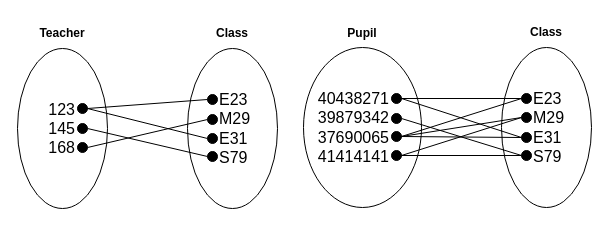
Above: page "EO TCP" (15 of 45) of higher/ddd/H-DDD-Clydeview/assets/Diagrams/H DDD Clydeview.drawio in MrFriendCS/MrFriendCS.github.io (draw.io), before the change. Source tidied: cells renumbered, new cells numbered last; positions are measured from the earlier drawing's top-left corner, leaving out a move shared by most shapes. Both pictures are drawn from the tidied source at 100%, with x=0, y=0 at pixel (17, 17).
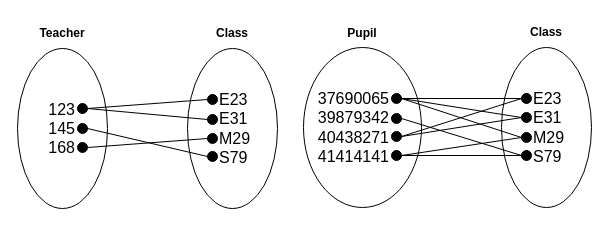
Above is the later version.

The edit, as a diff of the source:
```diff
@@
-    <mxCell id="2" style="ellipse;whiteSpace=wrap;html=1;fillColor=none;" parent="1" vertex="1">
-      <mxGeometry x="170" y="31" width="90" height="160" as="geometry" />
-    </mxCell>
-    <mxCell id="3" style="endArrow=none;html=1;rounded=0;entryX=1;entryY=0.5;entryDx=0;entryDy=0;exitX=0;exitY=0.5;exitDx=0;exitDy=0;" parent="1" edge="1" source="15" target="9">
-      <mxGeometry relative="1" as="geometry" />
-    </mxCell>
-    <mxCell id="4" style="endArrow=none;html=1;rounded=0;entryX=1;entryY=0.5;entryDx=0;entryDy=0;exitX=0;exitY=0.5;exitDx=0;exitDy=0;" parent="1" edge="1" source="18" target="9">
-      <mxGeometry relative="1" as="geometry" />
-    </mxCell>
-    <mxCell id="5" style="endArrow=none;html=1;rounded=0;entryX=1;entryY=0.5;entryDx=0;entryDy=0;exitX=0;exitY=0.5;exitDx=0;exitDy=0;" parent="1" edge="1" source="12" target="10">
-      <mxGeometry relative="1" as="geometry" />
-    </mxCell>
-    <mxCell id="6" style="endArrow=none;html=1;rounded=0;entryX=1;entryY=0.5;entryDx=0;entryDy=0;exitX=0;exitY=0.5;exitDx=0;exitDy=0;" parent="1" edge="1" source="16" target="11">
-      <mxGeometry relative="1" as="geometry" />
-    </mxCell>
+    <mxCell id="41" style="ellipse;whiteSpace=wrap;html=1;fillColor=none;" parent="1" vertex="1">
+      <mxGeometry x="170" y="31" width="90" height="160" as="geometry" />
+    </mxCell>
+    <mxCell id="42" style="endArrow=none;html=1;rounded=0;entryX=1;entryY=0.5;entryDx=0;entryDy=0;exitX=0;exitY=0.5;exitDx=0;exitDy=0;" parent="1" edge="1" source="52" target="47">
+      <mxGeometry relative="1" as="geometry" />
+    </mxCell>
+    <mxCell id="43" style="endArrow=none;html=1;rounded=0;entryX=1;entryY=0.5;entryDx=0;entryDy=0;exitX=0;exitY=0.5;exitDx=0;exitDy=0;" parent="1" edge="1" source="53" target="47">
+      <mxGeometry relative="1" as="geometry" />
+    </mxCell>
+    <mxCell id="44" style="endArrow=none;html=1;rounded=0;entryX=1;entryY=0.5;entryDx=0;entryDy=0;exitX=0;exitY=0.5;exitDx=0;exitDy=0;" parent="1" edge="1" source="50" target="48">
+      <mxGeometry relative="1" as="geometry" />
+    </mxCell>
+    <mxCell id="45" style="endArrow=none;html=1;rounded=0;entryX=1;entryY=0.5;entryDx=0;entryDy=0;exitX=0;exitY=0.5;exitDx=0;exitDy=0;" parent="1" edge="1" source="55" target="49">
+      <mxGeometry relative="1" as="geometry" />
+    </mxCell>
@@
-    <mxCell id="8" style="ellipse;whiteSpace=wrap;html=1;fillColor=none;" parent="1" vertex="1">
-      <mxGeometry y="31" width="90" height="160" as="geometry" />
-    </mxCell>
-    <mxCell id="9" style="ellipse;whiteSpace=wrap;html=1;fillColor=#000000;flipH=0;" parent="1" vertex="1">
-      <mxGeometry x="60" y="86" width="10" height="10" as="geometry" />
-    </mxCell>
-    <mxCell id="10" style="ellipse;whiteSpace=wrap;html=1;fillColor=#000000;flipH=0;" parent="1" vertex="1">
-      <mxGeometry x="60" y="106" width="10" height="10" as="geometry" />
-    </mxCell>
-    <mxCell id="11" style="ellipse;whiteSpace=wrap;html=1;fillColor=#000000;flipH=0;" parent="1" vertex="1">
-      <mxGeometry x="60" y="125" width="10" height="10" as="geometry" />
-    </mxCell>
-    <mxCell id="12" style="ellipse;whiteSpace=wrap;html=1;fillColor=#000000;flipH=0;" parent="1" vertex="1">
-      <mxGeometry x="190" y="134" width="10" height="10" as="geometry" />
-    </mxCell>
+    <mxCell id="46" style="ellipse;whiteSpace=wrap;html=1;fillColor=none;" parent="1" vertex="1">
+      <mxGeometry y="31" width="90" height="160" as="geometry" />
+    </mxCell>
+    <mxCell id="47" style="ellipse;whiteSpace=wrap;html=1;fillColor=#000000;flipH=0;" parent="1" vertex="1">
+      <mxGeometry x="60" y="86" width="10" height="10" as="geometry" />
+    </mxCell>
+    <mxCell id="48" style="ellipse;whiteSpace=wrap;html=1;fillColor=#000000;flipH=0;" parent="1" vertex="1">
+      <mxGeometry x="60" y="106" width="10" height="10" as="geometry" />
+    </mxCell>
+    <mxCell id="49" style="ellipse;whiteSpace=wrap;html=1;fillColor=#000000;flipH=0;" parent="1" vertex="1">
+      <mxGeometry x="60" y="125" width="10" height="10" as="geometry" />
+    </mxCell>
+    <mxCell id="50" style="ellipse;whiteSpace=wrap;html=1;fillColor=#000000;flipH=0;" parent="1" vertex="1">
+      <mxGeometry x="190" y="134" width="10" height="10" as="geometry" />
+    </mxCell>
@@
-    <mxCell id="14" value="&lt;b&gt;Class&lt;/b&gt;" style="text;html=1;align=center;verticalAlign=middle;whiteSpace=wrap;rounded=0;" parent="1" vertex="1">
-      <mxGeometry x="185" y="1" width="60" height="30" as="geometry" />
-    </mxCell>
-    <mxCell id="15" style="ellipse;whiteSpace=wrap;html=1;fillColor=#000000;" parent="1" vertex="1">
-      <mxGeometry x="190" y="77" width="10" height="10" as="geometry" />
-    </mxCell>
-    <mxCell id="16" style="ellipse;whiteSpace=wrap;html=1;fillColor=#000000;" parent="1" vertex="1">
-      <mxGeometry x="190" y="97" width="10" height="10" as="geometry" />
-    </mxCell>
-    <mxCell id="17" value="&lt;span style=&quot;font-size: 16px;&quot;&gt;E23&lt;/span&gt;&lt;div&gt;&lt;span style=&quot;font-size: 16px;&quot;&gt;M29&lt;/span&gt;&lt;/div&gt;&lt;div&gt;&lt;span style=&quot;font-size: 16px;&quot;&gt;E31&lt;/span&gt;&lt;/div&gt;&lt;div&gt;&lt;span style=&quot;font-size: 16px;&quot;&gt;S79&lt;/span&gt;&lt;/div&gt;" style="text;html=1;align=left;verticalAlign=middle;whiteSpace=wrap;rounded=0;" parent="1" vertex="1">
-      <mxGeometry x="200" y="71" width="46" height="80" as="geometry" />
-    </mxCell>
-    <mxCell id="18" style="ellipse;whiteSpace=wrap;html=1;fillColor=#000000;" parent="1" vertex="1">
-      <mxGeometry x="190" y="116" width="10" height="10" as="geometry" />
-    </mxCell>
-    <mxCell id="19" style="endArrow=none;html=1;rounded=0;entryX=1;entryY=0.5;entryDx=0;entryDy=0;exitX=0;exitY=0.5;exitDx=0;exitDy=0;" parent="1" edge="1" source="34" target="27">
-      <mxGeometry relative="1" as="geometry" />
-    </mxCell>
-    <mxCell id="20" style="endArrow=none;html=1;rounded=0;entryX=1;entryY=0.5;entryDx=0;entryDy=0;exitX=0;exitY=0.5;exitDx=0;exitDy=0;" parent="1" edge="1" source="31" target="27">
-      <mxGeometry relative="1" as="geometry" />
-    </mxCell>
-    <mxCell id="21" style="endArrow=none;html=1;rounded=0;exitX=0;exitY=0.5;exitDx=0;exitDy=0;entryX=1;entryY=0.5;entryDx=0;entryDy=0;" parent="1" edge="1" source="31" target="36">
-      <mxGeometry relative="1" as="geometry" />
-    </mxCell>
-    <mxCell id="22" style="endArrow=none;html=1;rounded=0;entryX=1;entryY=0.5;entryDx=0;entryDy=0;exitX=0;exitY=0.5;exitDx=0;exitDy=0;" parent="1" edge="1" source="35" target="26">
-      <mxGeometry relative="1" as="geometry" />
-    </mxCell>
-    <mxCell id="23" style="endArrow=none;html=1;rounded=0;entryX=1;entryY=0.5;entryDx=0;entryDy=0;exitX=0;exitY=0.5;exitDx=0;exitDy=0;" parent="1" edge="1" source="34" target="36">
-      <mxGeometry relative="1" as="geometry" />
-    </mxCell>
+    <mxCell id="51" value="&lt;b&gt;Class&lt;/b&gt;" style="text;html=1;align=center;verticalAlign=middle;whiteSpace=wrap;rounded=0;" parent="1" vertex="1">
+      <mxGeometry x="185" y="1" width="60" height="30" as="geometry" />
+    </mxCell>
+    <mxCell id="52" style="ellipse;whiteSpace=wrap;html=1;fillColor=#000000;" parent="1" vertex="1">
+      <mxGeometry x="190" y="77" width="10" height="10" as="geometry" />
+    </mxCell>
+    <mxCell id="53" style="ellipse;whiteSpace=wrap;html=1;fillColor=#000000;" parent="1" vertex="1">
+      <mxGeometry x="190" y="97" width="10" height="10" as="geometry" />
+    </mxCell>
+    <mxCell id="54" value="&lt;span style=&quot;font-size: 16px;&quot;&gt;E23&lt;/span&gt;&lt;div&gt;&lt;span style=&quot;font-size: 16px;&quot;&gt;E31&lt;/span&gt;&lt;/div&gt;&lt;div&gt;&lt;span style=&quot;font-size: 16px;&quot;&gt;M29&lt;/span&gt;&lt;span style=&quot;font-size: 16px;&quot;&gt;&lt;br&gt;&lt;/span&gt;&lt;/div&gt;&lt;div&gt;&lt;span style=&quot;font-size: 16px;&quot;&gt;S79&lt;/span&gt;&lt;/div&gt;" style="text;html=1;align=left;verticalAlign=middle;whiteSpace=wrap;rounded=0;" parent="1" vertex="1">
+      <mxGeometry x="200" y="71" width="46" height="80" as="geometry" />
+    </mxCell>
+    <mxCell id="55" style="ellipse;whiteSpace=wrap;html=1;fillColor=#000000;" parent="1" vertex="1">
+      <mxGeometry x="190" y="116" width="10" height="10" as="geometry" />
+    </mxCell>
+    <mxCell id="56" style="endArrow=none;html=1;rounded=0;entryX=1;entryY=0.5;entryDx=0;entryDy=0;exitX=0;exitY=0.5;exitDx=0;exitDy=0;" parent="1" edge="1" source="68" target="63">
+      <mxGeometry relative="1" as="geometry" />
+    </mxCell>
+    <mxCell id="57" style="endArrow=none;html=1;rounded=0;entryX=1;entryY=0.5;entryDx=0;entryDy=0;exitX=0;exitY=0.5;exitDx=0;exitDy=0;" parent="1" edge="1" source="67" target="63">
+      <mxGeometry relative="1" as="geometry" />
+    </mxCell>
+    <mxCell id="58" style="endArrow=none;html=1;rounded=0;exitX=0;exitY=0.5;exitDx=0;exitDy=0;entryX=1;entryY=0.5;entryDx=0;entryDy=0;" parent="1" edge="1" source="67" target="72">
+      <mxGeometry relative="1" as="geometry" />
+    </mxCell>
+    <mxCell id="59" style="endArrow=none;html=1;rounded=0;entryX=1;entryY=0.5;entryDx=0;entryDy=0;exitX=0;exitY=0.5;exitDx=0;exitDy=0;" parent="1" edge="1" source="71" target="62">
+      <mxGeometry relative="1" as="geometry" />
+    </mxCell>
+    <mxCell id="60" style="endArrow=none;html=1;rounded=0;entryX=1;entryY=0.5;entryDx=0;entryDy=0;exitX=0;exitY=0.5;exitDx=0;exitDy=0;" parent="1" edge="1" source="70" target="72">
+      <mxGeometry relative="1" as="geometry" />
+    </mxCell>
@@
-    <mxCell id="25" style="ellipse;whiteSpace=wrap;html=1;fillColor=none;" parent="1" vertex="1">
-      <mxGeometry x="286" y="30" width="118" height="160" as="geometry" />
-    </mxCell>
-    <mxCell id="26" style="ellipse;whiteSpace=wrap;html=1;fillColor=#000000;flipH=0;" parent="1" vertex="1">
-      <mxGeometry x="374" y="96" width="10" height="10" as="geometry" />
-    </mxCell>
-    <mxCell id="27" style="ellipse;whiteSpace=wrap;html=1;fillColor=#000000;flipH=0;" parent="1" vertex="1">
-      <mxGeometry x="374" y="114" width="10" height="10" as="geometry" />
-    </mxCell>
-    <mxCell id="28" value="&lt;div&gt;&lt;span style=&quot;font-size:12.0pt;font-family:&amp;quot;Arial&amp;quot;,sans-serif;&lt;br/&gt;mso-fareast-font-family:Calibri;mso-fareast-theme-font:minor-latin;mso-ansi-language:&lt;br/&gt;EN-GB;mso-fareast-language:EN-US;mso-bidi-language:AR-SA&quot;&gt;40438271&lt;/span&gt;&lt;br&gt;&lt;/div&gt;&lt;div&gt;&lt;span style=&quot;font-size:12.0pt;font-family:&amp;quot;Arial&amp;quot;,sans-serif;&lt;br/&gt;mso-fareast-font-family:Calibri;mso-fareast-theme-font:minor-latin;mso-ansi-language:&lt;br/&gt;EN-GB;mso-fareast-language:EN-US;mso-bidi-language:AR-SA&quot;&gt;39879342&lt;/span&gt;&lt;span style=&quot;font-size:12.0pt;font-family:&amp;quot;Arial&amp;quot;,sans-serif;&lt;br/&gt;mso-fareast-font-family:Calibri;mso-fareast-theme-font:minor-latin;mso-ansi-language:&lt;br/&gt;EN-GB;mso-fareast-language:EN-US;mso-bidi-language:AR-SA&quot;&gt;&lt;br&gt;&lt;/span&gt;&lt;/div&gt;&lt;div&gt;&lt;span style=&quot;font-size:12.0pt;font-family:&amp;quot;Arial&amp;quot;,sans-serif;&lt;br/&gt;mso-fareast-font-family:Calibri;mso-fareast-theme-font:minor-latin;mso-ansi-language:&lt;br/&gt;EN-GB;mso-fareast-language:EN-US;mso-bidi-language:AR-SA&quot;&gt;37690065&lt;/span&gt;&lt;span style=&quot;font-size:12.0pt;font-family:&amp;quot;Arial&amp;quot;,sans-serif;&lt;br/&gt;mso-fareast-font-family:Calibri;mso-fareast-theme-font:minor-latin;mso-ansi-language:&lt;br/&gt;EN-GB;mso-fareast-language:EN-US;mso-bidi-language:AR-SA&quot;&gt;&lt;br&gt;&lt;/span&gt;&lt;/div&gt;&lt;div&gt;&lt;span style=&quot;font-size:12.0pt;font-family:&amp;quot;Arial&amp;quot;,sans-serif;&lt;br/&gt;mso-fareast-font-family:Calibri;mso-fareast-theme-font:minor-latin;mso-ansi-language:&lt;br/&gt;EN-GB;mso-fareast-language:EN-US;mso-bidi-language:AR-SA&quot;&gt;41414141&lt;/span&gt;&lt;span style=&quot;font-size:12.0pt;font-family:&amp;quot;Arial&amp;quot;,sans-serif;&lt;br/&gt;mso-fareast-font-family:Calibri;mso-fareast-theme-font:minor-latin;mso-ansi-language:&lt;br/&gt;EN-GB;mso-fareast-language:EN-US;mso-bidi-language:AR-SA&quot;&gt;&lt;br&gt;&lt;/span&gt;&lt;/div&gt;" style="text;html=1;align=right;verticalAlign=middle;whiteSpace=wrap;rounded=0;flipH=0;" parent="1" vertex="1">
-      <mxGeometry x="326" y="70" width="48" height="79" as="geometry" />
-    </mxCell>
-    <mxCell id="29" style="ellipse;whiteSpace=wrap;html=1;fillColor=none;" parent="1" vertex="1">
-      <mxGeometry x="484" y="30" width="90" height="160" as="geometry" />
-    </mxCell>
-    <mxCell id="30" value="&lt;b&gt;Class&lt;/b&gt;" style="text;html=1;align=center;verticalAlign=middle;whiteSpace=wrap;rounded=0;" parent="1" vertex="1">
-      <mxGeometry x="499" width="60" height="30" as="geometry" />
-    </mxCell>
-    <mxCell id="31" style="ellipse;whiteSpace=wrap;html=1;fillColor=#000000;" parent="1" vertex="1">
-      <mxGeometry x="504" y="76" width="10" height="10" as="geometry" />
-    </mxCell>
-    <mxCell id="32" style="ellipse;whiteSpace=wrap;html=1;fillColor=#000000;" parent="1" vertex="1">
-      <mxGeometry x="504" y="95" width="10" height="10" as="geometry" />
-    </mxCell>
-    <mxCell id="33" value="&lt;div style=&quot;&quot;&gt;&lt;span style=&quot;font-size: 16px;&quot;&gt;E23&lt;/span&gt;&lt;div&gt;&lt;span style=&quot;font-size: 16px;&quot;&gt;M29&lt;/span&gt;&lt;/div&gt;&lt;div&gt;&lt;span style=&quot;font-size: 16px;&quot;&gt;E31&lt;/span&gt;&lt;/div&gt;&lt;div&gt;&lt;span style=&quot;font-size: 16px;&quot;&gt;S79&lt;/span&gt;&lt;/div&gt;&lt;/div&gt;" style="text;html=1;align=left;verticalAlign=middle;whiteSpace=wrap;rounded=0;" parent="1" vertex="1">
-      <mxGeometry x="514" y="70" width="42" height="80" as="geometry" />
-    </mxCell>
-    <mxCell id="34" style="ellipse;whiteSpace=wrap;html=1;fillColor=#000000;" parent="1" vertex="1">
-      <mxGeometry x="504" y="115" width="10" height="10" as="geometry" />
-    </mxCell>
-    <mxCell id="35" style="ellipse;whiteSpace=wrap;html=1;fillColor=#000000;" parent="1" vertex="1">
-      <mxGeometry x="504" y="133" width="10" height="10" as="geometry" />
-    </mxCell>
-    <mxCell id="36" style="ellipse;whiteSpace=wrap;html=1;fillColor=#000000;flipH=0;" parent="1" vertex="1">
-      <mxGeometry x="374" y="76" width="10" height="10" as="geometry" />
-    </mxCell>
-    <mxCell id="37" style="ellipse;whiteSpace=wrap;html=1;fillColor=#000000;flipH=0;" parent="1" vertex="1">
-      <mxGeometry x="374" y="133" width="10" height="10" as="geometry" />
-    </mxCell>
-    <mxCell id="38" style="endArrow=none;html=1;rounded=0;entryX=1;entryY=0.5;entryDx=0;entryDy=0;exitX=0;exitY=0.5;exitDx=0;exitDy=0;" parent="1" edge="1" source="32" target="37">
-      <mxGeometry relative="1" as="geometry" />
-    </mxCell>
-    <mxCell id="39" style="endArrow=none;html=1;rounded=0;entryX=1;entryY=0.5;entryDx=0;entryDy=0;exitX=0;exitY=0.5;exitDx=0;exitDy=0;" parent="1" edge="1" source="35" target="37">
-      <mxGeometry relative="1" as="geometry" />
-    </mxCell>
-    <mxCell id="40" style="endArrow=none;html=1;rounded=0;entryX=1;entryY=0.5;entryDx=0;entryDy=0;exitX=0;exitY=0.5;exitDx=0;exitDy=0;" parent="1" edge="1" source="32" target="27">
-      <mxGeometry relative="1" as="geometry" />
-    </mxCell>
+    <mxCell id="61" style="ellipse;whiteSpace=wrap;html=1;fillColor=none;" parent="1" vertex="1">
+      <mxGeometry x="286" y="30" width="118" height="160" as="geometry" />
+    </mxCell>
+    <mxCell id="62" style="ellipse;whiteSpace=wrap;html=1;fillColor=#000000;flipH=0;" parent="1" vertex="1">
+      <mxGeometry x="374" y="96" width="10" height="10" as="geometry" />
+    </mxCell>
+    <mxCell id="63" style="ellipse;whiteSpace=wrap;html=1;fillColor=#000000;flipH=0;" parent="1" vertex="1">
+      <mxGeometry x="374" y="114" width="10" height="10" as="geometry" />
+    </mxCell>
+    <mxCell id="64" value="&lt;div&gt;&lt;span style=&quot;font-family: Arial, sans-serif; font-size: 12pt; background-color: initial;&quot;&gt;37690065&lt;/span&gt;&lt;br&gt;&lt;/div&gt;&lt;div&gt;&lt;span style=&quot;font-family: Arial, sans-serif; font-size: 16px; background-color: initial;&quot;&gt;39879342&lt;/span&gt;&lt;/div&gt;&lt;div&gt;&lt;span style=&quot;font-family: Arial, sans-serif; font-size: 16px; background-color: initial;&quot;&gt;40438271&lt;/span&gt;&lt;/div&gt;&lt;div&gt;&lt;span style=&quot;font-size:12.0pt;font-family:&amp;quot;Arial&amp;quot;,sans-serif;&lt;br/&gt;mso-fareast-font-family:Calibri;mso-fareast-theme-font:minor-latin;mso-ansi-language:&lt;br/&gt;EN-GB;mso-fareast-language:EN-US;mso-bidi-language:AR-SA&quot;&gt;41414141&lt;/span&gt;&lt;span style=&quot;font-size:12.0pt;font-family:&amp;quot;Arial&amp;quot;,sans-serif;&lt;br/&gt;mso-fareast-font-family:Calibri;mso-fareast-theme-font:minor-latin;mso-ansi-language:&lt;br/&gt;EN-GB;mso-fareast-language:EN-US;mso-bidi-language:AR-SA&quot;&gt;&lt;br&gt;&lt;/span&gt;&lt;/div&gt;" style="text;html=1;align=right;verticalAlign=middle;whiteSpace=wrap;rounded=0;flipH=0;" parent="1" vertex="1">
+      <mxGeometry x="296" y="70" width="78" height="79" as="geometry" />
+    </mxCell>
+    <mxCell id="65" style="ellipse;whiteSpace=wrap;html=1;fillColor=none;" parent="1" vertex="1">
+      <mxGeometry x="484" y="30" width="90" height="160" as="geometry" />
+    </mxCell>
+    <mxCell id="66" value="&lt;b&gt;Class&lt;/b&gt;" style="text;html=1;align=center;verticalAlign=middle;whiteSpace=wrap;rounded=0;" parent="1" vertex="1">
+      <mxGeometry x="499" width="60" height="30" as="geometry" />
+    </mxCell>
+    <mxCell id="67" style="ellipse;whiteSpace=wrap;html=1;fillColor=#000000;" parent="1" vertex="1">
+      <mxGeometry x="504" y="76" width="10" height="10" as="geometry" />
+    </mxCell>
+    <mxCell id="68" style="ellipse;whiteSpace=wrap;html=1;fillColor=#000000;" parent="1" vertex="1">
+      <mxGeometry x="504" y="95" width="10" height="10" as="geometry" />
+    </mxCell>
+    <mxCell id="69" value="&lt;div style=&quot;&quot;&gt;&lt;span style=&quot;font-size: 16px;&quot;&gt;E23&lt;/span&gt;&lt;div&gt;&lt;span style=&quot;font-size: 16px;&quot;&gt;E31&lt;/span&gt;&lt;/div&gt;&lt;div&gt;&lt;span style=&quot;font-size: 16px;&quot;&gt;M29&lt;/span&gt;&lt;span style=&quot;font-size: 16px;&quot;&gt;&lt;br&gt;&lt;/span&gt;&lt;/div&gt;&lt;div&gt;&lt;span style=&quot;font-size: 16px;&quot;&gt;S79&lt;/span&gt;&lt;/div&gt;&lt;/div&gt;" style="text;html=1;align=left;verticalAlign=middle;whiteSpace=wrap;rounded=0;" parent="1" vertex="1">
+      <mxGeometry x="514" y="70" width="42" height="80" as="geometry" />
+    </mxCell>
+    <mxCell id="70" style="ellipse;whiteSpace=wrap;html=1;fillColor=#000000;" parent="1" vertex="1">
+      <mxGeometry x="504" y="115" width="10" height="10" as="geometry" />
+    </mxCell>
+    <mxCell id="71" style="ellipse;whiteSpace=wrap;html=1;fillColor=#000000;" parent="1" vertex="1">
+      <mxGeometry x="504" y="133" width="10" height="10" as="geometry" />
+    </mxCell>
+    <mxCell id="72" style="ellipse;whiteSpace=wrap;html=1;fillColor=#000000;flipH=0;" parent="1" vertex="1">
+      <mxGeometry x="374" y="76" width="10" height="10" as="geometry" />
+    </mxCell>
+    <mxCell id="73" style="ellipse;whiteSpace=wrap;html=1;fillColor=#000000;flipH=0;" parent="1" vertex="1">
+      <mxGeometry x="374" y="133" width="10" height="10" as="geometry" />
+    </mxCell>
+    <mxCell id="74" style="endArrow=none;html=1;rounded=0;entryX=1;entryY=0.5;entryDx=0;entryDy=0;exitX=0;exitY=0.5;exitDx=0;exitDy=0;" parent="1" edge="1" source="70" target="73">
+      <mxGeometry relative="1" as="geometry" />
+    </mxCell>
+    <mxCell id="75" style="endArrow=none;html=1;rounded=0;entryX=1;entryY=0.5;entryDx=0;entryDy=0;exitX=0;exitY=0.5;exitDx=0;exitDy=0;" parent="1" edge="1" source="71" target="73">
+      <mxGeometry relative="1" as="geometry" />
+    </mxCell>
+    <mxCell id="76" style="endArrow=none;html=1;rounded=0;entryX=1;entryY=0.5;entryDx=0;entryDy=0;exitX=0;exitY=0.5;exitDx=0;exitDy=0;" parent="1" edge="1" source="68" target="72">
+      <mxGeometry relative="1" as="geometry" />
+    </mxCell>
```
